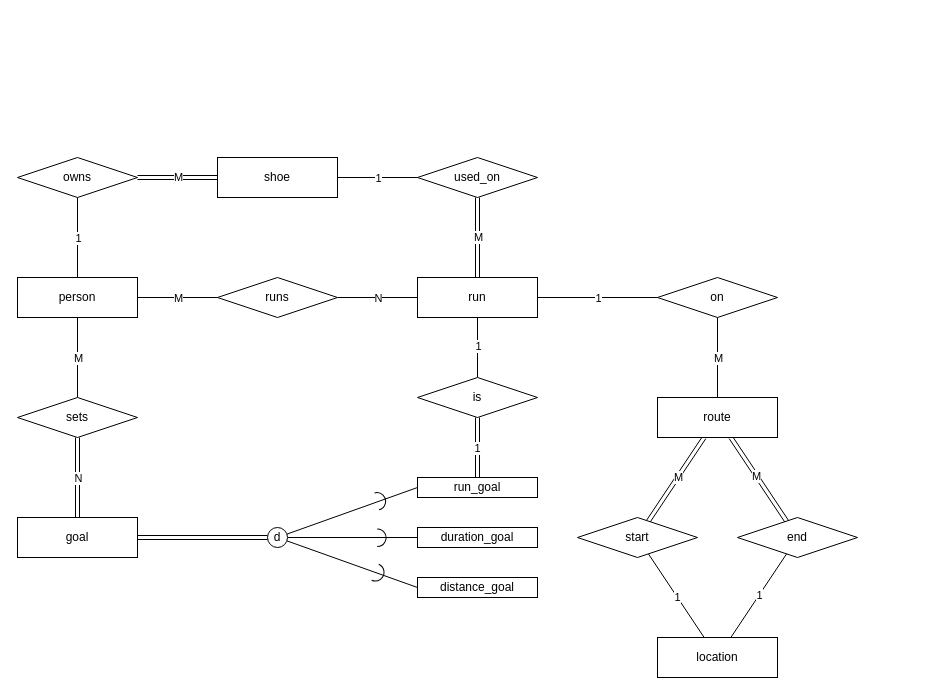
Before: conceptual-schema/ERD.drawio in wongd1532/MyRunLogger, a draw.io diagram. Source tidied: cells renumbered, new cells numbered last; positions are measured from the earlier drawing's top-left corner, leaving out a move shared by most shapes. Both pictures are drawn from the tidied source at 100%, with x=0, y=0 at pixel (17, 157).
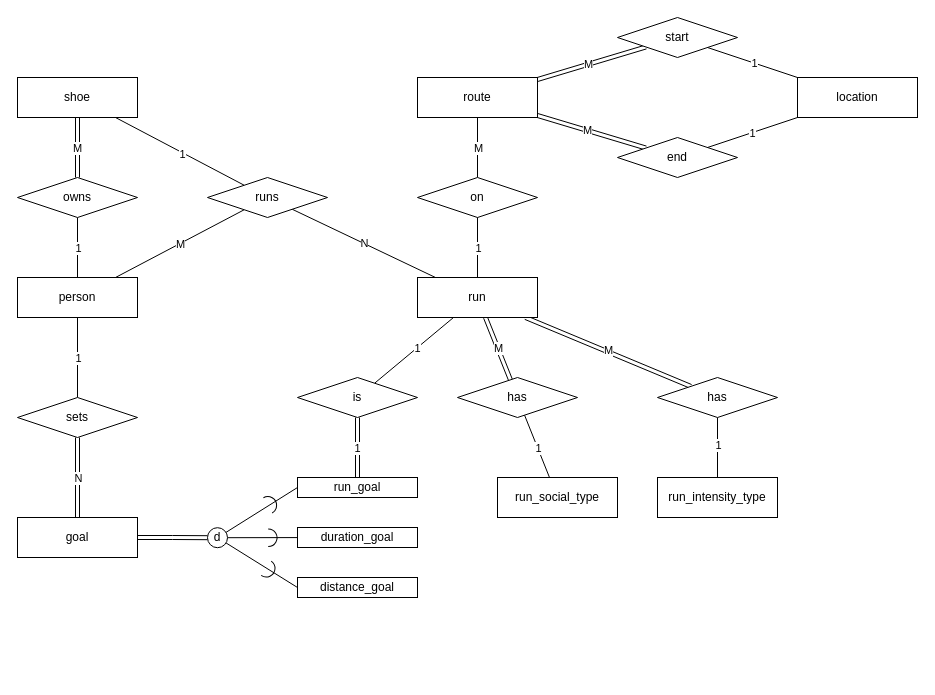
The same page after the edit.

Unchanged cells that the change refers to:
```xml
<mxCell id="4" style="edgeStyle=orthogonalEdgeStyle;rounded=0;jettySize=auto;html=1;endArrow=none;endFill=0;" parent="1" edge="1" source="8" target="17">
  <mxGeometry relative="1" as="geometry" />
</mxCell>
<mxCell id="8" value="person" style="rounded=0;whiteSpace=wrap;html=1;" parent="1" vertex="1">
  <mxGeometry y="120" width="120" height="40" as="geometry" />
</mxCell>
<mxCell id="42" value="run" style="rounded=0;whiteSpace=wrap;html=1;" parent="1" vertex="1">
  <mxGeometry x="400" y="120" width="120" height="40" as="geometry" />
</mxCell>
```

Diff of the diagram source:
```diff
@@
-    <mxCell id="2" style="edgeStyle=orthogonalEdgeStyle;rounded=0;jettySize=auto;html=1;endArrow=none;endFill=0;" parent="1" edge="1" source="8" target="14">
+    <mxCell id="2" style="rounded=0;jettySize=auto;html=1;endArrow=none;endFill=0;" parent="1" edge="1" source="8" target="14">
       <mxGeometry relative="1" as="geometry" />
     </mxCell>
@@
-    <mxCell id="5" value="M" style="edgeLabel;html=1;align=center;verticalAlign=middle;" parent="4" vertex="1">
+    <mxCell id="5" value="1" style="edgeLabel;html=1;align=center;verticalAlign=middle;" parent="4" vertex="1">
       <mxGeometry relative="1" as="geometry" />
     </mxCell>
-    <mxCell id="6" style="edgeStyle=orthogonalEdgeStyle;rounded=0;jettySize=auto;html=1;endArrow=none;endFill=0;" parent="1" edge="1" source="8" target="37">
+    <mxCell id="6" style="rounded=0;jettySize=auto;html=1;endArrow=none;endFill=0;" parent="1" edge="1" source="8" target="37">
       <mxGeometry relative="1" as="geometry" />
     </mxCell>
@@
-    <mxCell id="9" style="edgeStyle=orthogonalEdgeStyle;rounded=0;jettySize=auto;html=1;endArrow=none;endFill=0;" parent="1" edge="1" source="11" target="55">
-      <mxGeometry relative="1" as="geometry" />
-    </mxCell>
-    <mxCell id="10" value="1" style="edgeLabel;html=1;align=center;verticalAlign=middle;" parent="9" vertex="1">
-      <mxGeometry x="-0.01" relative="1" as="geometry" />
-    </mxCell>
+    <mxCell id="59" style="edgeStyle=none;shape=connector;rounded=0;jettySize=auto;html=1;strokeColor=default;align=center;verticalAlign=middle;fontFamily=Helvetica;fontSize=11;fontColor=default;labelBackgroundColor=default;endArrow=none;endFill=0;" parent="1" edge="1" source="11" target="37">
+      <mxGeometry relative="1" as="geometry" />
+    </mxCell>
+    <mxCell id="60" value="1" style="edgeLabel;html=1;align=center;verticalAlign=middle;fontFamily=Helvetica;fontSize=11;fontColor=default;labelBackgroundColor=default;" parent="59" vertex="1">
+      <mxGeometry x="0.05" y="-1" relative="1" as="geometry" />
+    </mxCell>
     <mxCell id="11" value="shoe" style="rounded=0;whiteSpace=wrap;html=1;" parent="1" vertex="1">
-      <mxGeometry x="200" width="120" height="40" as="geometry" />
+      <mxGeometry y="-80" width="120" height="40" as="geometry" />
     </mxCell>
-    <mxCell id="12" style="edgeStyle=orthogonalEdgeStyle;rounded=0;jettySize=auto;html=1;endArrow=none;endFill=0;shape=link;" parent="1" edge="1" source="14" target="11">
+    <mxCell id="12" style="rounded=0;jettySize=auto;html=1;endArrow=none;endFill=0;shape=link;" parent="1" edge="1" source="14" target="11">
       <mxGeometry relative="1" as="geometry" />
     </mxCell>
@@
     <mxCell id="14" value="owns" style="rhombus;whiteSpace=wrap;html=1;" parent="1" vertex="1">
-      <mxGeometry width="120" height="40" as="geometry" />
+      <mxGeometry y="20" width="120" height="40" as="geometry" />
     </mxCell>
@@
-    <mxCell id="20" style="edgeStyle=orthogonalEdgeStyle;rounded=0;jettySize=auto;html=1;endArrow=none;endFill=0;" parent="1" edge="1" source="22" target="27">
+    <mxCell id="20" style="rounded=0;jettySize=auto;html=1;endArrow=none;endFill=0;" parent="1" edge="1" source="22" target="27">
       <mxGeometry relative="1" as="geometry" />
     </mxCell>
@@
     <mxCell id="22" value="on" style="rhombus;whiteSpace=wrap;html=1;" parent="1" vertex="1">
-      <mxGeometry x="640" y="120" width="120" height="40" as="geometry" />
+      <mxGeometry x="400" y="20" width="120" height="40" as="geometry" />
     </mxCell>
@@
     <mxCell id="27" value="route" style="rounded=0;whiteSpace=wrap;html=1;" parent="1" vertex="1">
-      <mxGeometry x="640" y="240" width="120" height="40" as="geometry" />
+      <mxGeometry x="400" y="-80" width="120" height="40" as="geometry" />
     </mxCell>
@@
     <mxCell id="30" value="start" style="rhombus;whiteSpace=wrap;html=1;" parent="1" vertex="1">
-      <mxGeometry x="560" y="360" width="120" height="40" as="geometry" />
+      <mxGeometry x="600" y="-140" width="120" height="40" as="geometry" />
     </mxCell>
     <mxCell id="31" value="location" style="rounded=0;whiteSpace=wrap;html=1;" parent="1" vertex="1">
-      <mxGeometry x="640" y="480" width="120" height="40" as="geometry" />
+      <mxGeometry x="780" y="-80" width="120" height="40" as="geometry" />
     </mxCell>
@@
     <mxCell id="34" value="end" style="rhombus;whiteSpace=wrap;html=1;" parent="1" vertex="1">
-      <mxGeometry x="720" y="360" width="120" height="40" as="geometry" />
+      <mxGeometry x="600" y="-20" width="120" height="40" as="geometry" />
     </mxCell>
-    <mxCell id="35" style="edgeStyle=orthogonalEdgeStyle;rounded=0;jettySize=auto;html=1;endArrow=none;endFill=0;" parent="1" edge="1" source="37" target="42">
+    <mxCell id="35" style="rounded=0;jettySize=auto;html=1;endArrow=none;endFill=0;" parent="1" edge="1" source="37" target="42">
       <mxGeometry relative="1" as="geometry" />
     </mxCell>
@@
     <mxCell id="37" value="runs" style="rhombus;whiteSpace=wrap;html=1;" parent="1" vertex="1">
-      <mxGeometry x="200" y="120" width="120" height="40" as="geometry" />
+      <mxGeometry x="190" y="20" width="120" height="40" as="geometry" />
     </mxCell>
-    <mxCell id="38" style="edgeStyle=orthogonalEdgeStyle;rounded=0;jettySize=auto;html=1;endArrow=none;endFill=0;" parent="1" edge="1" source="42" target="52">
+    <mxCell id="38" style="rounded=0;jettySize=auto;html=1;endArrow=none;endFill=0;" parent="1" edge="1" source="42" target="52">
       <mxGeometry relative="1" as="geometry" />
     </mxCell>
@@
-    <mxCell id="40" style="edgeStyle=orthogonalEdgeStyle;rounded=0;jettySize=auto;html=1;endArrow=none;endFill=0;" parent="1" edge="1" source="42" target="22">
+    <mxCell id="40" style="rounded=0;jettySize=auto;html=1;endArrow=none;endFill=0;" parent="1" edge="1" source="42" target="22">
       <mxGeometry relative="1" as="geometry" />
     </mxCell>
@@
+    <mxCell id="61" style="rounded=0;jettySize=auto;html=1;endArrow=none;endFill=0;shape=link;" parent="1" edge="1" source="42" target="69">
+      <mxGeometry relative="1" as="geometry" />
+    </mxCell>
+    <mxCell id="62" value="M" style="edgeLabel;html=1;align=center;verticalAlign=middle;fontFamily=Helvetica;fontSize=11;fontColor=default;labelBackgroundColor=default;" parent="61" vertex="1">
+      <mxGeometry x="-0.01" relative="1" as="geometry" />
+    </mxCell>
+    <mxCell id="63" style="edgeStyle=none;shape=link;rounded=0;jettySize=auto;html=1;strokeColor=default;align=center;verticalAlign=middle;fontFamily=Helvetica;fontSize=11;fontColor=default;labelBackgroundColor=default;endArrow=none;endFill=0;" parent="1" edge="1" source="42" target="72">
+      <mxGeometry relative="1" as="geometry" />
+    </mxCell>
+    <mxCell id="64" value="M" style="edgeLabel;html=1;align=center;verticalAlign=middle;fontFamily=Helvetica;fontSize=11;fontColor=default;labelBackgroundColor=default;" parent="63" vertex="1">
+      <mxGeometry x="-0.01" y="2" relative="1" as="geometry" />
+    </mxCell>
@@
     <mxCell id="45" value="d" style="ellipse;whiteSpace=wrap;html=1;" parent="1" vertex="1">
-      <mxGeometry x="250" y="370" width="20" height="20" as="geometry" />
+      <mxGeometry x="190" y="370.2" width="20" height="20" as="geometry" />
     </mxCell>
     <mxCell id="46" value="distance_goal" style="rounded=0;whiteSpace=wrap;html=1;" parent="1" vertex="1">
-      <mxGeometry x="400" y="420" width="120" height="20" as="geometry" />
+      <mxGeometry x="280" y="420" width="120" height="20" as="geometry" />
     </mxCell>
     <mxCell id="47" value="duration_goal" style="rounded=0;whiteSpace=wrap;html=1;" parent="1" vertex="1">
-      <mxGeometry x="400" y="370" width="120" height="20" as="geometry" />
+      <mxGeometry x="280" y="370" width="120" height="20" as="geometry" />
     </mxCell>
@@
-    <mxCell id="49" style="edgeStyle=orthogonalEdgeStyle;rounded=0;jettySize=auto;html=1;shape=link;" parent="1" edge="1" source="51" target="52">
+    <mxCell id="49" style="rounded=0;jettySize=auto;html=1;shape=link;" parent="1" edge="1" source="51" target="52">
       <mxGeometry relative="1" as="geometry" />
     </mxCell>
@@
     <mxCell id="51" value="run_goal" style="rounded=0;whiteSpace=wrap;html=1;" parent="1" vertex="1">
-      <mxGeometry x="400" y="320" width="120" height="20" as="geometry" />
+      <mxGeometry x="280" y="320" width="120" height="20" as="geometry" />
     </mxCell>
     <mxCell id="52" value="is" style="rhombus;whiteSpace=wrap;html=1;" parent="1" vertex="1">
-      <mxGeometry x="400" y="220" width="120" height="40" as="geometry" />
+      <mxGeometry x="280" y="220" width="120" height="40" as="geometry" />
     </mxCell>
-    <mxCell id="53" style="edgeStyle=orthogonalEdgeStyle;rounded=0;jettySize=auto;html=1;endArrow=none;endFill=0;shape=link;" parent="1" edge="1" source="55" target="42">
-      <mxGeometry relative="1" as="geometry" />
-    </mxCell>
-    <mxCell id="54" value="M" style="edgeLabel;html=1;align=center;verticalAlign=middle;" parent="53" vertex="1">
-      <mxGeometry x="-0.02" relative="1" as="geometry" />
-    </mxCell>
-    <mxCell id="55" value="used_on" style="rhombus;whiteSpace=wrap;html=1;" parent="1" vertex="1">
-      <mxGeometry x="400" width="120" height="40" as="geometry" />
-    </mxCell>
-    <mxCell id="56" style="verticalLabelPosition=bottom;verticalAlign=top;html=1;shape=mxgraph.basic.arc;startAngle=0.37395978642577;endAngle=0.876053990837275;rotation=-150;" parent="1" vertex="1">
-      <mxGeometry x="350.6" y="335.1" width="17.5" height="17.5" as="geometry" />
+    <mxCell id="56" style="verticalLabelPosition=bottom;verticalAlign=top;html=1;shape=mxgraph.basic.arc;startAngle=0.37395978642577;endAngle=0.876053990837275;rotation=-165;" parent="1" vertex="1">
+      <mxGeometry x="241.6" y="339.1" width="17.5" height="17.5" as="geometry" />
     </mxCell>
-    <mxCell id="57" style="verticalLabelPosition=bottom;verticalAlign=top;html=1;shape=mxgraph.basic.arc;startAngle=0.37395978642577;endAngle=0.876053990837275;rotation=-111;" parent="1" vertex="1">
-      <mxGeometry x="349" y="406" width="17.5" height="17.5" as="geometry" />
+    <mxCell id="57" style="verticalLabelPosition=bottom;verticalAlign=top;html=1;shape=mxgraph.basic.arc;startAngle=0.37395978642577;endAngle=0.876053990837275;rotation=-100;" parent="1" vertex="1">
+      <mxGeometry x="240" y="402" width="17.5" height="17.5" as="geometry" />
     </mxCell>
     <mxCell id="58" style="verticalLabelPosition=bottom;verticalAlign=top;html=1;shape=mxgraph.basic.arc;startAngle=0.37395978642577;endAngle=0.876053990837275;rotation=-135;" parent="1" vertex="1">
-      <mxGeometry x="351" y="371.5" width="17.5" height="17.5" as="geometry" />
+      <mxGeometry x="242" y="371.5" width="17.5" height="17.5" as="geometry" />
     </mxCell>
+    <mxCell id="65" value="run_social_type" style="rounded=0;whiteSpace=wrap;html=1;" parent="1" vertex="1">
+      <mxGeometry x="480" y="320" width="120" height="40" as="geometry" />
+    </mxCell>
+    <mxCell id="66" value="run_intensity_type" style="rounded=0;whiteSpace=wrap;html=1;" parent="1" vertex="1">
+      <mxGeometry x="640" y="320" width="120" height="40" as="geometry" />
+    </mxCell>
+    <mxCell id="67" style="edgeStyle=none;shape=connector;rounded=0;jettySize=auto;html=1;strokeColor=default;align=center;verticalAlign=middle;fontFamily=Helvetica;fontSize=11;fontColor=default;labelBackgroundColor=default;endArrow=none;endFill=0;" parent="1" edge="1" source="69" target="65">
+      <mxGeometry relative="1" as="geometry" />
+    </mxCell>
+    <mxCell id="68" value="1" style="edgeLabel;html=1;align=center;verticalAlign=middle;fontFamily=Helvetica;fontSize=11;fontColor=default;labelBackgroundColor=default;" parent="67" vertex="1">
+      <mxGeometry x="0.04" relative="1" as="geometry" />
+    </mxCell>
+    <mxCell id="69" value="has" style="rhombus;whiteSpace=wrap;html=1;" parent="1" vertex="1">
+      <mxGeometry x="440" y="220" width="120" height="40" as="geometry" />
+    </mxCell>
+    <mxCell id="70" style="edgeStyle=none;shape=connector;rounded=0;jettySize=auto;html=1;strokeColor=default;align=center;verticalAlign=middle;fontFamily=Helvetica;fontSize=11;fontColor=default;labelBackgroundColor=default;endArrow=none;endFill=0;" parent="1" edge="1" source="72" target="66">
+      <mxGeometry relative="1" as="geometry" />
+    </mxCell>
+    <mxCell id="71" value="1" style="edgeLabel;html=1;align=center;verticalAlign=middle;fontFamily=Helvetica;fontSize=11;fontColor=default;labelBackgroundColor=default;" parent="70" vertex="1">
+      <mxGeometry x="-0.1" relative="1" as="geometry" />
+    </mxCell>
+    <mxCell id="72" value="has" style="rhombus;whiteSpace=wrap;html=1;" parent="1" vertex="1">
+      <mxGeometry x="640" y="220" width="120" height="40" as="geometry" />
+    </mxCell>
```
